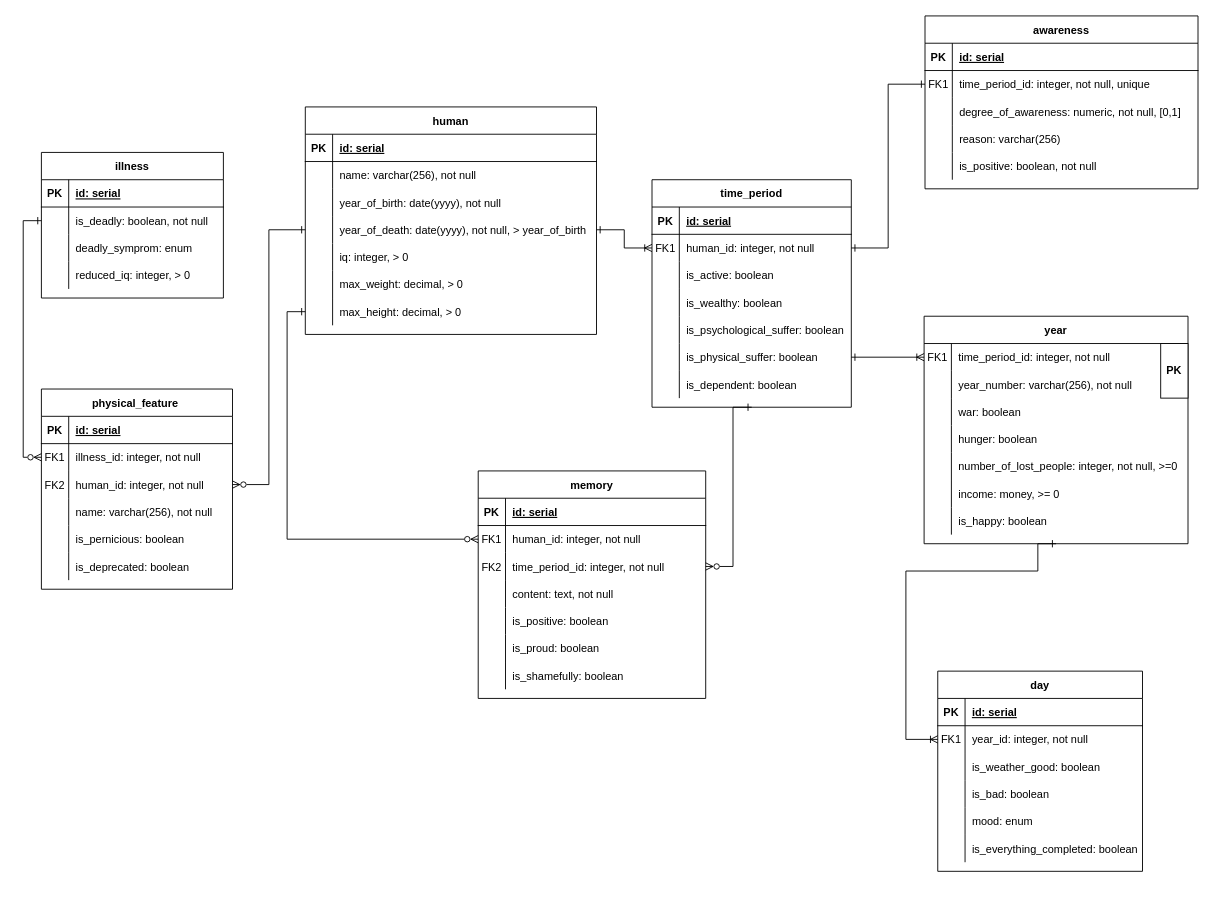
Above: documentation/lab1-datalogical.drawio in semwett0301/booking-java-back (draw.io), before the change. Source tidied: cells renumbered, new cells numbered last; positions are measured from the earlier drawing's top-left corner, leaving out a move shared by most shapes. Both pictures are drawn from the tidied source at 91%, with x=0, y=0 at pixel (41, 15).
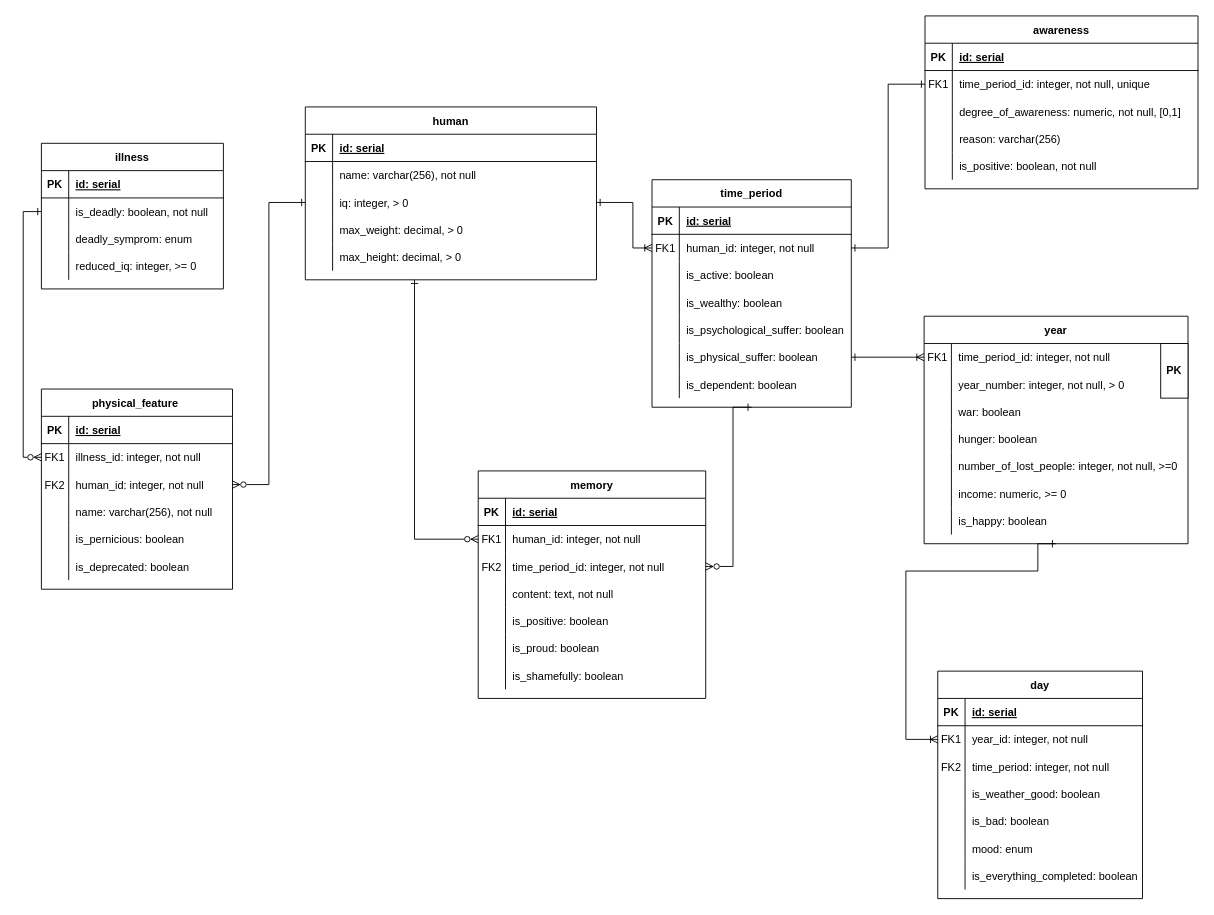
Above is the later version.

The change refers to these unchanged cells:
```xml
<mxCell id="6" style="shape=tableRow;horizontal=0;startSize=0;swimlaneHead=0;swimlaneBody=0;fillColor=none;points=[[0,0.5],[1,0.5]];portConstraint=eastwest;top=0;left=0;right=0;bottom=0;" parent="2" vertex="1">
  <mxGeometry y="60" width="250" height="30" as="geometry" />
</mxCell>
<mxCell id="34" style="shape=tableRow;horizontal=0;startSize=0;swimlaneHead=0;swimlaneBody=0;fillColor=none;top=0;left=0;right=0;bottom=0;" parent="24" vertex="1">
  <mxGeometry y="120" width="200" height="30" as="geometry" />
</mxCell>
<mxCell id="42" style="shape=tableRow;horizontal=0;startSize=0;swimlaneHead=0;swimlaneBody=0;fillColor=none;points=[[0,0.5],[1,0.5]];portConstraint=eastwest;top=0;left=0;right=0;bottom=0;" parent="38" vertex="1">
  <mxGeometry y="60" width="219" height="30" as="geometry" />
</mxCell>
<mxCell id="121" style="shape=tableRow;horizontal=0;startSize=0;swimlaneHead=0;swimlaneBody=0;fillColor=none;top=0;left=0;right=0;bottom=0;" parent="117" vertex="1">
  <mxGeometry y="60" width="290" height="30" as="geometry" />
</mxCell>
<mxCell id="133" style="shape=tableRow;horizontal=0;startSize=0;swimlaneHead=0;swimlaneBody=0;fillColor=none;top=0;left=0;right=0;bottom=0;" parent="117" vertex="1">
  <mxGeometry y="180" width="290" height="30" as="geometry" />
</mxCell>
<mxCell id="146" style="shape=tableRow;horizontal=0;startSize=0;swimlaneHead=0;swimlaneBody=0;fillColor=none;points=[[0,0.5],[1,0.5]];portConstraint=eastwest;top=0;left=0;right=0;bottom=0;" parent="139" vertex="1">
  <mxGeometry y="90" width="210" height="30" as="geometry" />
</mxCell>
```

Diff of the diagram source:
```diff
@@
     <mxCell id="24" value="illness" style="shape=table;startSize=30;childLayout=tableLayout;rowLines=0;fontStyle=1;align=center;" parent="1" vertex="1">
-      <mxGeometry y="150" width="200" height="160" as="geometry" />
+      <mxGeometry y="140" width="200" height="160" as="geometry" />
     </mxCell>
@@
-    <mxCell id="36" value="reduced_iq: integer, &gt; 0" style="shape=partialRectangle;fillColor=none;top=0;left=0;bottom=0;right=0;align=left;spacingLeft=6;overflow=hidden;" parent="34" vertex="1">
+    <mxCell id="36" value="reduced_iq: integer, &gt;= 0" style="shape=partialRectangle;fillColor=none;top=0;left=0;bottom=0;right=0;align=left;spacingLeft=6;overflow=hidden;" parent="34" vertex="1">
       <mxGeometry x="30" width="170" height="30" as="geometry" />
     </mxCell>
@@
     <mxCell id="60" value="day" style="shape=table;startSize=30;childLayout=tableLayout;rowLines=0;fontStyle=1;align=center;" parent="1" vertex="1">
-      <mxGeometry x="985" y="720" width="225" height="220" as="geometry" />
+      <mxGeometry x="985" y="720" width="225" height="250" as="geometry" />
     </mxCell>
@@
+    <mxCell id="166" style="shape=tableRow;horizontal=0;startSize=0;swimlaneHead=0;swimlaneBody=0;fillColor=none;top=0;left=0;right=0;bottom=0;" parent="60" vertex="1">
+      <mxGeometry y="90" width="225" height="30" as="geometry" />
+    </mxCell>
+    <mxCell id="167" value="FK2" style="shape=partialRectangle;fillColor=none;top=0;left=0;bottom=0;right=0;overflow=hidden;" parent="166" vertex="1">
+      <mxGeometry width="30" height="30" as="geometry" />
+    </mxCell>
+    <mxCell id="168" value="time_period: integer, not null" style="shape=partialRectangle;fillColor=none;top=0;left=0;bottom=0;right=0;align=left;spacingLeft=6;overflow=hidden;" parent="166" vertex="1">
+      <mxGeometry x="30" width="195" height="30" as="geometry" />
+    </mxCell>
     <mxCell id="67" style="shape=tableRow;horizontal=0;startSize=0;swimlaneHead=0;swimlaneBody=0;fillColor=none;top=0;left=0;right=0;bottom=0;" parent="60" vertex="1">
-      <mxGeometry y="90" width="225" height="30" as="geometry" />
+      <mxGeometry y="120" width="225" height="30" as="geometry" />
     </mxCell>
@@
     <mxCell id="70" style="shape=tableRow;horizontal=0;startSize=0;swimlaneHead=0;swimlaneBody=0;fillColor=none;top=0;left=0;right=0;bottom=0;" parent="60" vertex="1">
-      <mxGeometry y="120" width="225" height="30" as="geometry" />
+      <mxGeometry y="150" width="225" height="30" as="geometry" />
     </mxCell>
@@
     <mxCell id="73" style="shape=tableRow;horizontal=0;startSize=0;swimlaneHead=0;swimlaneBody=0;fillColor=none;top=0;left=0;right=0;bottom=0;" parent="60" vertex="1">
-      <mxGeometry y="150" width="225" height="30" as="geometry" />
+      <mxGeometry y="180" width="225" height="30" as="geometry" />
     </mxCell>
@@
     <mxCell id="76" style="shape=tableRow;horizontal=0;startSize=0;swimlaneHead=0;swimlaneBody=0;fillColor=none;top=0;left=0;right=0;bottom=0;" parent="60" vertex="1">
-      <mxGeometry y="180" width="225" height="30" as="geometry" />
+      <mxGeometry y="210" width="225" height="30" as="geometry" />
     </mxCell>
@@
     <mxCell id="95" value="human" style="shape=table;startSize=30;childLayout=tableLayout;rowLines=0;fontStyle=1;align=center;" parent="1" vertex="1">
-      <mxGeometry x="290" y="100" width="320" height="250" as="geometry" />
+      <mxGeometry x="290" y="100" width="320" height="190" as="geometry" />
     </mxCell>
@@
-    <mxCell id="102" style="shape=tableRow;horizontal=0;startSize=0;swimlaneHead=0;swimlaneBody=0;fillColor=none;top=0;left=0;right=0;bottom=0;" parent="95" vertex="1">
-      <mxGeometry y="90" width="320" height="30" as="geometry" />
-    </mxCell>
-    <mxCell id="103" style="shape=partialRectangle;fillColor=none;top=0;left=0;bottom=0;right=0;overflow=hidden;" parent="102" vertex="1">
-      <mxGeometry width="30" height="30" as="geometry" />
-    </mxCell>
-    <mxCell id="104" value="year_of_birth: date(yyyy), not null" style="shape=partialRectangle;fillColor=none;top=0;left=0;bottom=0;right=0;align=left;spacingLeft=6;overflow=hidden;" parent="102" vertex="1">
-      <mxGeometry x="30" width="290" height="30" as="geometry" />
-    </mxCell>
-    <mxCell id="105" style="shape=tableRow;horizontal=0;startSize=0;swimlaneHead=0;swimlaneBody=0;fillColor=none;points=[[0,0.5],[1,0.5]];portConstraint=eastwest;top=0;left=0;right=0;bottom=0;" parent="95" vertex="1">
-      <mxGeometry y="120" width="320" height="30" as="geometry" />
-    </mxCell>
-    <mxCell id="106" style="shape=partialRectangle;fillColor=none;top=0;left=0;bottom=0;right=0;overflow=hidden;" parent="105" vertex="1">
-      <mxGeometry width="30" height="30" as="geometry" />
-    </mxCell>
-    <mxCell id="107" value="year_of_death: date(yyyy), not null, &gt; year_of_birth" style="shape=partialRectangle;fillColor=none;top=0;left=0;bottom=0;right=0;align=left;spacingLeft=6;overflow=hidden;" parent="105" vertex="1">
-      <mxGeometry x="30" width="290" height="30" as="geometry" />
-    </mxCell>
     <mxCell id="108" style="shape=tableRow;horizontal=0;startSize=0;swimlaneHead=0;swimlaneBody=0;fillColor=none;top=0;left=0;right=0;bottom=0;" parent="95" vertex="1">
-      <mxGeometry y="150" width="320" height="30" as="geometry" />
+      <mxGeometry y="90" width="320" height="30" as="geometry" />
     </mxCell>
@@
     <mxCell id="111" style="shape=tableRow;horizontal=0;startSize=0;swimlaneHead=0;swimlaneBody=0;fillColor=none;top=0;left=0;right=0;bottom=0;" parent="95" vertex="1">
-      <mxGeometry y="180" width="320" height="30" as="geometry" />
+      <mxGeometry y="120" width="320" height="30" as="geometry" />
     </mxCell>
@@
     <mxCell id="114" style="shape=tableRow;horizontal=0;startSize=0;swimlaneHead=0;swimlaneBody=0;fillColor=none;points=[[0,0.5],[1,0.5]];portConstraint=eastwest;top=0;left=0;right=0;bottom=0;" parent="95" vertex="1">
-      <mxGeometry y="210" width="320" height="30" as="geometry" />
+      <mxGeometry y="150" width="320" height="30" as="geometry" />
     </mxCell>
@@
-    <mxCell id="123" value="year_number: varchar(256), not null" style="shape=partialRectangle;fillColor=none;top=0;left=0;bottom=0;right=0;align=left;spacingLeft=6;overflow=hidden;" parent="121" vertex="1">
+    <mxCell id="123" value="year_number: integer, not null, &gt; 0" style="shape=partialRectangle;fillColor=none;top=0;left=0;bottom=0;right=0;align=left;spacingLeft=6;overflow=hidden;" parent="121" vertex="1">
       <mxGeometry x="30" width="260" height="30" as="geometry" />
     </mxCell>
@@
-    <mxCell id="135" value="income: money, &gt;= 0" style="shape=partialRectangle;fillColor=none;top=0;left=0;bottom=0;right=0;align=left;spacingLeft=6;overflow=hidden;" parent="133" vertex="1">
+    <mxCell id="135" value="income: numeric, &gt;= 0" style="shape=partialRectangle;fillColor=none;top=0;left=0;bottom=0;right=0;align=left;spacingLeft=6;overflow=hidden;" parent="133" vertex="1">
       <mxGeometry x="30" width="260" height="30" as="geometry" />
     </mxCell>
@@
-    <mxCell id="158" style="edgeStyle=orthogonalEdgeStyle;rounded=0;jettySize=auto;html=1;entryX=0;entryY=0.5;entryDx=0;entryDy=0;endArrow=ERoneToMany;endFill=0;startArrow=ERone;startFill=0;" parent="1" edge="1" source="105" target="42">
-      <mxGeometry relative="1" as="geometry" />
+    <mxCell id="158" style="edgeStyle=orthogonalEdgeStyle;rounded=0;jettySize=auto;html=1;entryX=0;entryY=0.5;entryDx=0;entryDy=0;endArrow=ERoneToMany;endFill=0;startArrow=ERone;startFill=0;" parent="1" edge="1" target="42">
+      <mxGeometry relative="1" as="geometry">
+        <mxPoint x="610" y="205" as="sourcePoint" />
+        <Array as="points">
+          <mxPoint x="650" y="205" />
+          <mxPoint x="650" y="255" />
+        </Array>
+      </mxGeometry>
     </mxCell>
@@
-    <mxCell id="162" style="edgeStyle=orthogonalEdgeStyle;rounded=0;jettySize=auto;html=1;entryX=0;entryY=0.5;entryDx=0;entryDy=0;startArrow=ERone;startFill=0;endArrow=ERzeroToMany;endFill=0;exitX=0;exitY=0.5;exitDx=0;exitDy=0;" parent="1" edge="1" source="114" target="6">
-      <mxGeometry relative="1" as="geometry" />
+    <mxCell id="162" style="edgeStyle=orthogonalEdgeStyle;rounded=0;jettySize=auto;html=1;entryX=0;entryY=0.5;entryDx=0;entryDy=0;startArrow=ERone;startFill=0;endArrow=ERzeroToMany;endFill=0;" parent="1" edge="1" target="6">
+      <mxGeometry relative="1" as="geometry">
+        <mxPoint x="410" y="290" as="sourcePoint" />
+        <Array as="points">
+          <mxPoint x="410" y="575" />
+        </Array>
+      </mxGeometry>
     </mxCell>
@@
-    <mxCell id="165" style="edgeStyle=orthogonalEdgeStyle;rounded=0;jettySize=auto;html=1;entryX=1;entryY=0.5;entryDx=0;entryDy=0;startArrow=ERone;startFill=0;endArrow=ERzeroToMany;endFill=0;" parent="1" edge="1" source="105" target="146">
-      <mxGeometry relative="1" as="geometry" />
+    <mxCell id="165" style="edgeStyle=orthogonalEdgeStyle;rounded=0;jettySize=auto;html=1;entryX=1;entryY=0.5;entryDx=0;entryDy=0;startArrow=ERone;startFill=0;endArrow=ERzeroToMany;endFill=0;" parent="1" edge="1" target="146">
+      <mxGeometry relative="1" as="geometry">
+        <mxPoint x="290" y="205" as="sourcePoint" />
+        <Array as="points">
+          <mxPoint x="250" y="205" />
+          <mxPoint x="250" y="515" />
+        </Array>
+      </mxGeometry>
     </mxCell>
```
